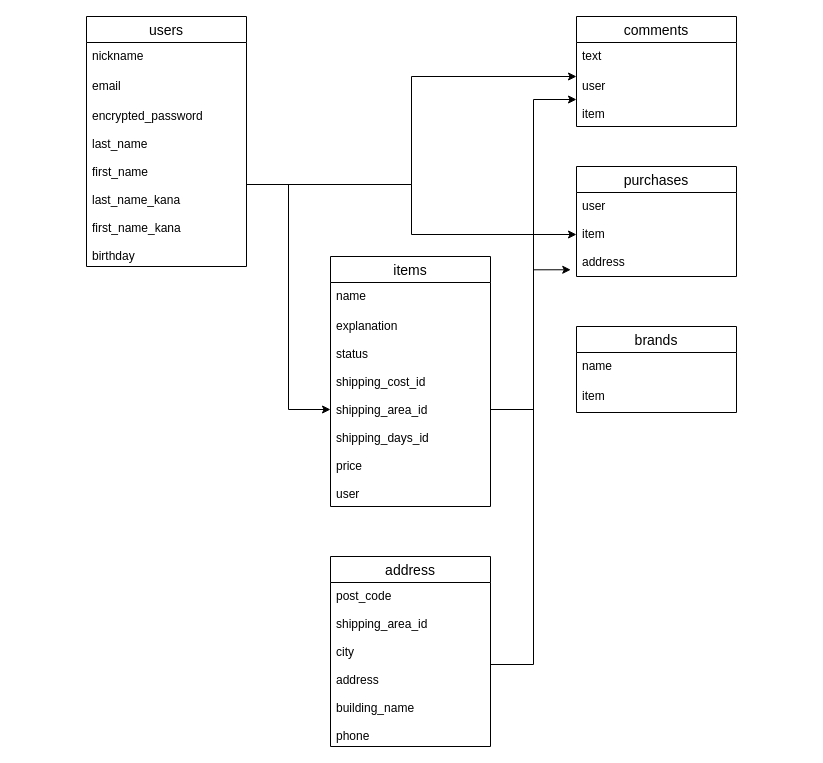
This is ER.dio from takuyahori/furima-35655, a draw.io file, before an edit. Source tidied: cells renumbered, new cells numbered last; positions are measured from the earlier drawing's top-left corner, leaving out a move shared by most shapes. Both pictures are drawn from the tidied source at 100%, with x=0, y=0 at pixel (86, 16).
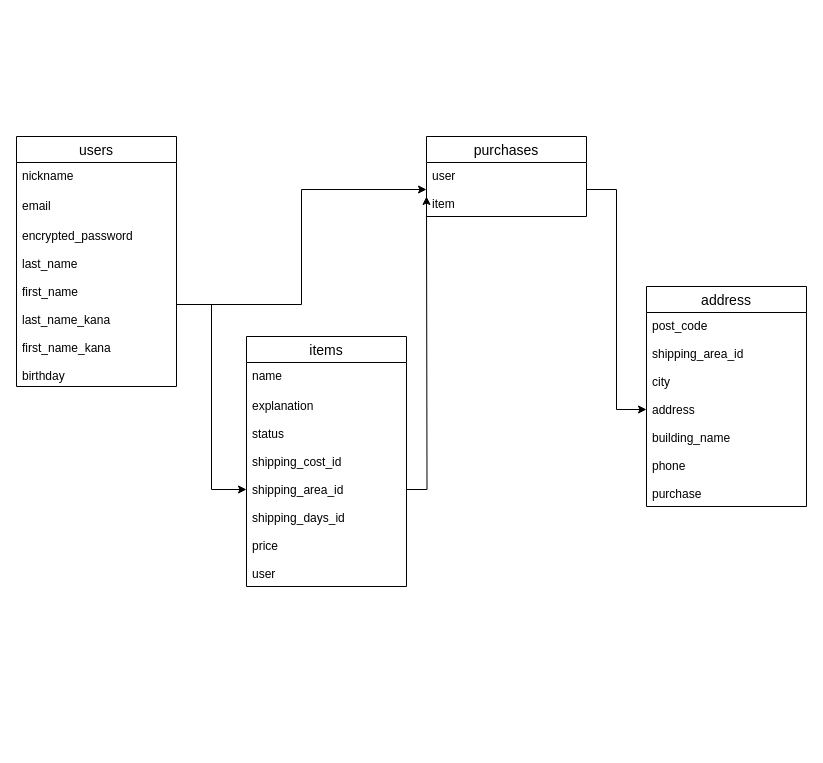
The same page after the edit.

Unchanged cells that the change refers to:
```xml
<mxCell id="5" value="encrypted_password&#10;&#10;last_name&#10;&#10;first_name&#10;&#10;last_name_kana&#10;&#10;first_name_kana&#10;&#10;birthday" style="text;strokeColor=none;fillColor=none;spacingLeft=4;spacingRight=4;overflow=hidden;points=[[0,0.5],[1,0.5]];portConstraint=eastwest;fontSize=12;" parent="2" vertex="1">
  <mxGeometry y="86" width="160" height="164" as="geometry" />
</mxCell>
<mxCell id="8" value="explanation&#10;&#10;status&#10;&#10;shipping_cost_id&#10;&#10;shipping_area_id&#10;&#10;shipping_days_id&#10;&#10;price&#10;&#10;user" style="text;strokeColor=none;fillColor=none;spacingLeft=4;spacingRight=4;overflow=hidden;points=[[0,0.5],[1,0.5]];portConstraint=eastwest;fontSize=12;" parent="6" vertex="1">
  <mxGeometry y="56" width="160" height="194" as="geometry" />
</mxCell>
```

Diff of the diagram source:
```diff
@@
     <mxCell id="2" value="users" style="swimlane;fontStyle=0;horizontal=1;startSize=26;align=center;fontSize=14;" parent="1" vertex="1">
-      <mxGeometry width="160" height="250" as="geometry" />
+      <mxGeometry x="-70" y="120" width="160" height="250" as="geometry" />
     </mxCell>
@@
+    <mxCell id="24" style="edgeStyle=orthogonalEdgeStyle;rounded=0;orthogonalLoop=1;jettySize=auto;html=1;exitX=1;exitY=0.5;exitDx=0;exitDy=0;" parent="2" edge="1" source="5" target="5">
+      <mxGeometry relative="1" as="geometry" />
+    </mxCell>
     <mxCell id="6" value="items" style="swimlane;fontStyle=0;horizontal=1;startSize=26;align=center;fontSize=14;" parent="1" vertex="1">
-      <mxGeometry x="244" y="240" width="160" height="250" as="geometry" />
+      <mxGeometry x="160" y="320" width="160" height="250" as="geometry" />
     </mxCell>
@@
     <mxCell id="9" value="purchases" style="swimlane;fontStyle=0;horizontal=1;startSize=26;align=center;fontSize=14;" parent="1" vertex="1">
-      <mxGeometry x="490" y="150" width="160" height="110" as="geometry" />
+      <mxGeometry x="340" y="120" width="160" height="80" as="geometry" />
     </mxCell>
-    <mxCell id="10" value="user&#10;&#10;item&#10;&#10;address" style="text;strokeColor=none;fillColor=none;spacingLeft=4;spacingRight=4;overflow=hidden;points=[[0,0.5],[1,0.5]];portConstraint=eastwest;fontSize=12;" parent="9" vertex="1">
-      <mxGeometry y="26" width="160" height="84" as="geometry" />
+    <mxCell id="10" value="user&#10;&#10;item" style="text;strokeColor=none;fillColor=none;spacingLeft=4;spacingRight=4;overflow=hidden;points=[[0,0.5],[1,0.5]];portConstraint=eastwest;fontSize=12;" parent="9" vertex="1">
+      <mxGeometry y="26" width="160" height="54" as="geometry" />
     </mxCell>
-    <mxCell id="11" value="comments" style="swimlane;fontStyle=0;horizontal=1;startSize=26;align=center;fontSize=14;" parent="1" vertex="1">
-      <mxGeometry x="490" width="160" height="110" as="geometry" />
-    </mxCell>
-    <mxCell id="12" value="text" style="text;strokeColor=none;fillColor=none;spacingLeft=4;spacingRight=4;overflow=hidden;fontSize=12;" parent="11" vertex="1">
-      <mxGeometry y="26" width="160" height="30" as="geometry" />
-    </mxCell>
-    <mxCell id="13" value="user&#10;&#10;item" style="text;strokeColor=none;fillColor=none;spacingLeft=4;spacingRight=4;overflow=hidden;points=[[0,0.5],[1,0.5]];portConstraint=eastwest;fontSize=12;" parent="11" vertex="1">
-      <mxGeometry y="56" width="160" height="54" as="geometry" />
-    </mxCell>
-    <mxCell id="14" value="brands" style="swimlane;fontStyle=0;horizontal=1;startSize=26;align=center;fontSize=14;" parent="1" vertex="1">
-      <mxGeometry x="490" y="310" width="160" height="86" as="geometry" />
-    </mxCell>
-    <mxCell id="15" value="name" style="text;strokeColor=none;fillColor=none;spacingLeft=4;spacingRight=4;overflow=hidden;fontSize=12;" parent="14" vertex="1">
-      <mxGeometry y="26" width="160" height="30" as="geometry" />
-    </mxCell>
-    <mxCell id="16" value="item" style="text;strokeColor=none;fillColor=none;spacingLeft=4;spacingRight=4;overflow=hidden;fontSize=12;" parent="14" vertex="1">
-      <mxGeometry y="56" width="160" height="30" as="geometry" />
-    </mxCell>
     <mxCell id="17" value="address" style="swimlane;fontStyle=0;horizontal=1;startSize=26;align=center;fontSize=14;" parent="1" vertex="1">
-      <mxGeometry x="244" y="540" width="160" height="190" as="geometry" />
+      <mxGeometry x="560" y="270" width="160" height="220" as="geometry" />
     </mxCell>
-    <mxCell id="18" value="post_code&#10;&#10;shipping_area_id&#10;&#10;city&#10;&#10;address&#10;&#10;building_name&#10;&#10;phone" style="text;strokeColor=none;fillColor=none;spacingLeft=4;spacingRight=4;overflow=hidden;points=[[0,0.5],[1,0.5]];portConstraint=eastwest;fontSize=12;" parent="17" vertex="1">
-      <mxGeometry y="26" width="160" height="164" as="geometry" />
+    <mxCell id="18" value="post_code&#10;&#10;shipping_area_id&#10;&#10;city&#10;&#10;address&#10;&#10;building_name&#10;&#10;phone&#10;&#10;purchase" style="text;strokeColor=none;fillColor=none;spacingLeft=4;spacingRight=4;overflow=hidden;points=[[0,0.5],[1,0.5]];portConstraint=eastwest;fontSize=12;" parent="17" vertex="1">
+      <mxGeometry y="26" width="160" height="194" as="geometry" />
     </mxCell>
-    <mxCell id="19" style="edgeStyle=orthogonalEdgeStyle;rounded=0;jettySize=auto;html=1;exitX=1;exitY=0.5;exitDx=0;exitDy=0;entryX=0;entryY=0.074;entryDx=0;entryDy=0;entryPerimeter=0;" parent="1" edge="1" source="5" target="13">
-      <mxGeometry relative="1" as="geometry" />
-    </mxCell>
@@
-    <mxCell id="22" style="edgeStyle=orthogonalEdgeStyle;rounded=0;jettySize=auto;html=1;exitX=1;exitY=0.5;exitDx=0;exitDy=0;entryX=-0.036;entryY=0.92;entryDx=0;entryDy=0;entryPerimeter=0;" parent="1" edge="1" source="18" target="10">
-      <mxGeometry relative="1" as="geometry" />
-    </mxCell>
-    <mxCell id="23" style="edgeStyle=orthogonalEdgeStyle;rounded=0;jettySize=auto;html=1;exitX=1;exitY=0.5;exitDx=0;exitDy=0;entryX=0;entryY=0.5;entryDx=0;entryDy=0;" parent="1" edge="1" source="8" target="13">
-      <mxGeometry relative="1" as="geometry" />
-    </mxCell>
+    <mxCell id="25" style="edgeStyle=orthogonalEdgeStyle;rounded=0;jettySize=auto;html=1;exitX=1;exitY=0.5;exitDx=0;exitDy=0;" parent="1" edge="1" source="8">
+      <mxGeometry relative="1" as="geometry">
+        <mxPoint x="340" y="180" as="targetPoint" />
+      </mxGeometry>
+    </mxCell>
+    <mxCell id="26" style="edgeStyle=orthogonalEdgeStyle;rounded=0;jettySize=auto;html=1;exitX=1;exitY=0.5;exitDx=0;exitDy=0;entryX=0;entryY=0.5;entryDx=0;entryDy=0;" parent="1" edge="1" source="10" target="18">
+      <mxGeometry relative="1" as="geometry" />
+    </mxCell>
```
